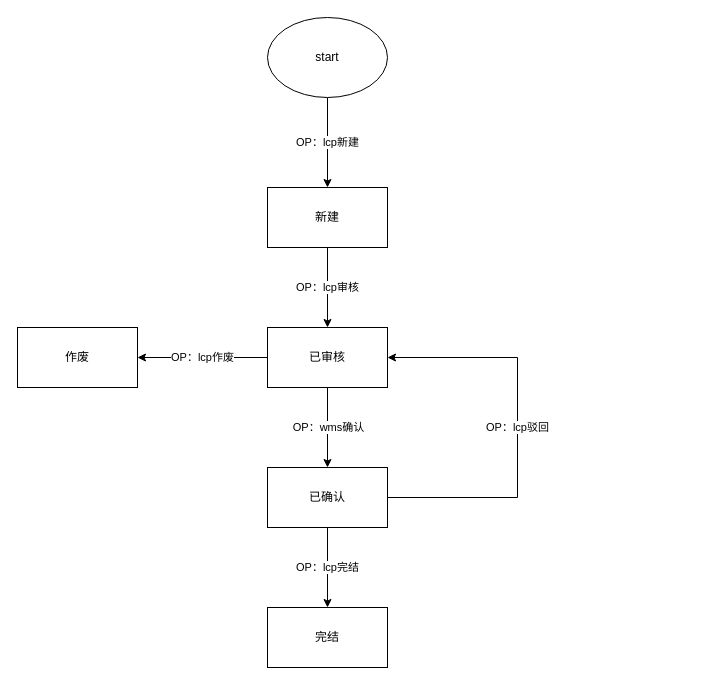
This is diagrams/增值服务状态机.drawio from libo9527/static, a draw.io file, before an edit. Source tidied: cells renumbered, new cells numbered last; positions are measured from the earlier drawing's top-left corner, leaving out a move shared by most shapes. Both pictures are drawn from the tidied source at 100%, with x=0, y=0 at pixel (17, 17).
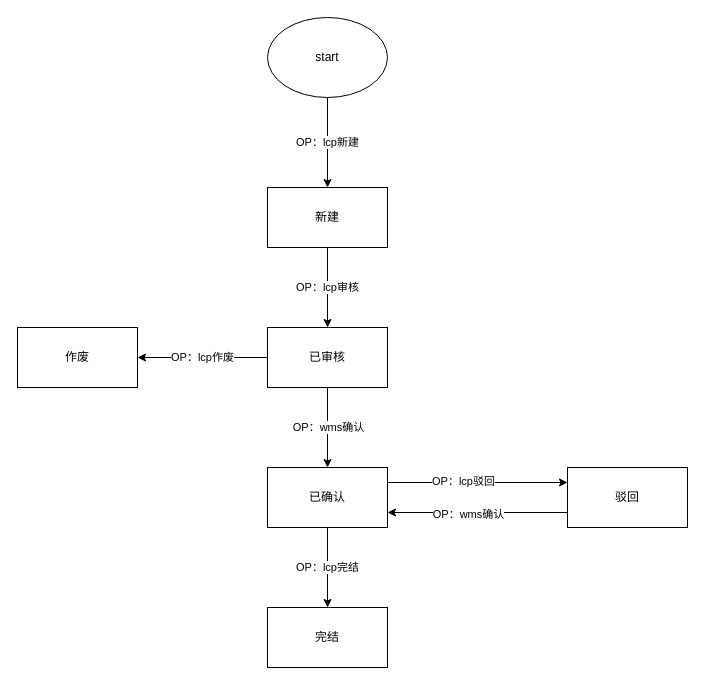
The same page after the edit.

Commit message (it also covers changes not shown here):
Update 增值服务状态机.drawio

Diff of the diagram source:
```diff
@@
 <mxGraphModel>
   <root>
     <mxCell id="0" />
     <mxCell id="1" parent="0" />
     <mxCell id="2" value="OP：lcp新建" style="edgeStyle=orthogonalEdgeStyle;rounded=0;jettySize=auto;html=1;" parent="1" edge="1" source="3" target="5">
       <mxGeometry relative="1" as="geometry" />
     </mxCell>
     <mxCell id="3" value="start" style="ellipse;whiteSpace=wrap;html=1;" parent="1" vertex="1">
       <mxGeometry x="250" width="120" height="80" as="geometry" />
     </mxCell>
     <mxCell id="4" value="OP：lcp审核" style="edgeStyle=orthogonalEdgeStyle;rounded=0;jettySize=auto;html=1;" parent="1" edge="1" source="5" target="9">
       <mxGeometry relative="1" as="geometry" />
     </mxCell>
     <mxCell id="5" value="新建" style="whiteSpace=wrap;html=1;" parent="1" vertex="1">
       <mxGeometry x="250" y="170" width="120" height="60" as="geometry" />
     </mxCell>
     <mxCell id="6" style="edgeStyle=orthogonalEdgeStyle;rounded=0;jettySize=auto;html=1;" parent="1" edge="1" source="9" target="12">
       <mxGeometry relative="1" as="geometry" />
     </mxCell>
     <mxCell id="7" value="OP：wms确认" style="edgeLabel;html=1;align=center;verticalAlign=middle;" parent="6" vertex="1">
       <mxGeometry x="-0.03" relative="1" as="geometry" />
     </mxCell>
     <mxCell id="8" value="OP：lcp作废" style="edgeStyle=orthogonalEdgeStyle;rounded=0;jettySize=auto;html=1;labelBackgroundColor=#FFFFFF;" parent="1" edge="1" source="9" target="14">
       <mxGeometry relative="1" as="geometry" />
     </mxCell>
     <mxCell id="9" value="已审核" style="whiteSpace=wrap;html=1;" parent="1" vertex="1">
       <mxGeometry x="250" y="310" width="120" height="60" as="geometry" />
     </mxCell>
     <mxCell id="10" value="OP：lcp完结" style="edgeStyle=orthogonalEdgeStyle;rounded=0;jettySize=auto;html=1;" parent="1" edge="1" source="12" target="13">
       <mxGeometry relative="1" as="geometry" />
     </mxCell>
+    <mxCell id="15" style="edgeStyle=orthogonalEdgeStyle;rounded=0;jettySize=auto;html=1;labelBackgroundColor=#FFFFFF;exitX=1;exitY=0.25;exitDx=0;exitDy=0;entryX=0;entryY=0.25;entryDx=0;entryDy=0;" parent="1" edge="1" source="12" target="18">
+      <mxGeometry relative="1" as="geometry" />
+    </mxCell>
-    <mxCell id="11" value="OP：lcp驳回" style="edgeStyle=orthogonalEdgeStyle;rounded=0;jettySize=auto;html=1;exitX=1;exitY=0.5;exitDx=0;exitDy=0;entryX=1;entryY=0.5;entryDx=0;entryDy=0;labelBackgroundColor=#FFFFFF;" parent="1" edge="1" source="12" target="9">
-      <mxGeometry relative="1" as="geometry">
-        <Array as="points">
-          <mxPoint x="500" y="480" />
-          <mxPoint x="500" y="340" />
-        </Array>
-      </mxGeometry>
+    <mxCell id="11" value="OP：lcp驳回" style="edgeLabel;html=1;align=center;verticalAlign=middle;" parent="15" vertex="1">
+      <mxGeometry x="-0.17" y="2" relative="1" as="geometry" />
     </mxCell>
     <mxCell id="12" value="已确认" style="whiteSpace=wrap;html=1;" parent="1" vertex="1">
       <mxGeometry x="250" y="450" width="120" height="60" as="geometry" />
     </mxCell>
     <mxCell id="13" value="完结" style="whiteSpace=wrap;html=1;" parent="1" vertex="1">
       <mxGeometry x="250" y="590" width="120" height="60" as="geometry" />
     </mxCell>
     <mxCell id="14" value="作废" style="whiteSpace=wrap;html=1;" parent="1" vertex="1">
       <mxGeometry y="310" width="120" height="60" as="geometry" />
     </mxCell>
+    <mxCell id="16" style="edgeStyle=orthogonalEdgeStyle;rounded=0;jettySize=auto;html=1;exitX=0;exitY=0.75;exitDx=0;exitDy=0;entryX=1;entryY=0.75;entryDx=0;entryDy=0;labelBackgroundColor=#FFFFFF;" parent="1" edge="1" source="18" target="12">
+      <mxGeometry relative="1" as="geometry" />
+    </mxCell>
+    <mxCell id="17" value="OP：wms确认" style="edgeLabel;html=1;align=center;verticalAlign=middle;" parent="16" vertex="1">
+      <mxGeometry x="0.11" y="1" relative="1" as="geometry" />
+    </mxCell>
+    <mxCell id="18" value="驳回" style="whiteSpace=wrap;html=1;" parent="1" vertex="1">
+      <mxGeometry x="550" y="450" width="120" height="60" as="geometry" />
+    </mxCell>
   </root>
 </mxGraphModel>
```
